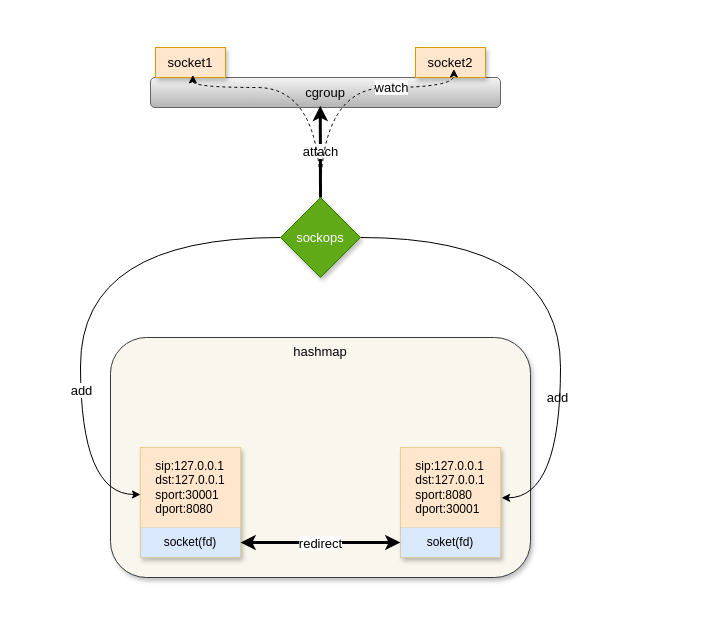
This is flow_of_ebpf_docker_demo.drawio from xu1zhou/Documents, a draw.io file, before an edit. Source tidied: cells renumbered, new cells numbered last; positions are measured from the earlier drawing's top-left corner, leaving out a move shared by most shapes. Both pictures are drawn from the tidied source at 100%, with x=0, y=0 at pixel (80, 47).
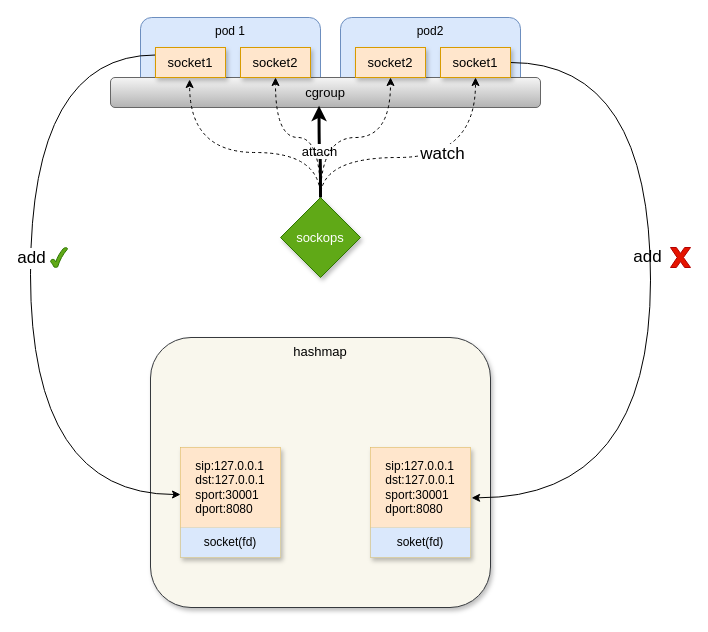
After the change.

Unchanged cells that the change refers to:
```xml
<mxCell id="6" value="socket1" style="rounded=0;whiteSpace=wrap;html=1;strokeWidth=1;fontSize=13;fillColor=#ffe6cc;strokeColor=#d79b00;shadow=1;" parent="1" vertex="1">
  <mxGeometry x="75" width="70" height="30" as="geometry" />
</mxCell>
<mxCell id="8" style="shape=partialRectangle;html=1;whiteSpace=wrap;fillColor=none;top=0;left=0;bottom=0;right=0;points=[[0,0.5],[1,0.5]];portConstraint=eastwest;verticalAlign=top;" parent="7" vertex="1">
  <mxGeometry width="100" height="80" as="geometry" />
</mxCell>
<mxCell id="10" style="shape=partialRectangle;html=1;whiteSpace=wrap;fillColor=none;top=0;left=0;bottom=0;right=0;points=[[0,0.5],[1,0.5]];portConstraint=eastwest;" parent="7" vertex="1">
  <mxGeometry y="80" width="100" height="30" as="geometry" />
</mxCell>
<mxCell id="13" style="shape=partialRectangle;html=1;whiteSpace=wrap;fillColor=none;top=0;left=0;bottom=0;right=0;points=[[0,0.5],[1,0.5]];portConstraint=eastwest;verticalAlign=top;" parent="12" vertex="1">
  <mxGeometry width="100" height="80" as="geometry" />
</mxCell>
<mxCell id="15" style="shape=partialRectangle;html=1;whiteSpace=wrap;fillColor=none;top=0;left=0;bottom=0;right=0;points=[[0,0.5],[1,0.5]];portConstraint=eastwest;" parent="12" vertex="1">
  <mxGeometry y="80" width="100" height="30" as="geometry" />
</mxCell>
<mxCell id="26" value="sockops" style="rhombus;whiteSpace=wrap;html=1;rounded=0;shadow=1;glass=0;sketch=0;strokeWidth=1;fontSize=13;align=center;fillColor=#60a917;strokeColor=#2D7600;fontColor=#ffffff;" parent="1" vertex="1">
  <mxGeometry x="200" y="150" width="80" height="80" as="geometry" />
</mxCell>
```

What changed in the source:
```diff
@@
+    <mxCell id="27" style="verticalLabelPosition=bottom;verticalAlign=top;html=1;shape=mxgraph.basic.x;fontSize=17;align=center;fillColor=#e51400;strokeColor=#B20000;fontColor=#ffffff;" parent="1" vertex="1">
+      <mxGeometry x="590" y="200" width="20" height="20" as="geometry" />
+    </mxCell>
+    <mxCell id="28" value="pod2" style="rounded=1;whiteSpace=wrap;html=1;verticalAlign=top;align=center;fillColor=#dae8fc;strokeColor=#6c8ebf;" parent="1" vertex="1">
+      <mxGeometry x="260" y="-30" width="180" height="75" as="geometry" />
+    </mxCell>
+    <mxCell id="29" value="pod 1" style="rounded=1;whiteSpace=wrap;html=1;verticalAlign=top;align=center;fillColor=#dae8fc;strokeColor=#6c8ebf;" parent="1" vertex="1">
+      <mxGeometry x="60" y="-30" width="180" height="75" as="geometry" />
+    </mxCell>
     <mxCell id="2" value="cgroup" style="rounded=1;whiteSpace=wrap;html=1;shadow=0;glass=0;sketch=0;strokeWidth=1;gradientColor=#b3b3b3;fontSize=13;align=center;fillColor=#f5f5f5;strokeColor=#666666;" parent="1" vertex="1">
-      <mxGeometry x="70" y="30" width="350" height="30" as="geometry" />
+      <mxGeometry x="30" y="30" width="430" height="30" as="geometry" />
     </mxCell>
     <mxCell id="3" value="hashmap" style="rounded=1;whiteSpace=wrap;html=1;strokeWidth=1;fontSize=13;verticalAlign=top;align=center;shadow=1;fillColor=#f9f7ed;strokeColor=#36393d;" parent="1" vertex="1">
-      <mxGeometry x="30" y="290" width="420" height="240" as="geometry" />
+      <mxGeometry x="70" y="290" width="340" height="270" as="geometry" />
     </mxCell>
-    <mxCell id="4" style="edgeStyle=orthogonalEdgeStyle;curved=1;rounded=0;jettySize=auto;html=1;endArrow=classic;endFill=1;strokeColor=#000000;strokeWidth=1;fontSize=13;exitX=0;exitY=0.5;exitDx=0;exitDy=0;" parent="1" edge="1" source="26" target="13">
+    <mxCell id="4" style="edgeStyle=orthogonalEdgeStyle;curved=1;rounded=0;jettySize=auto;html=1;endArrow=classic;endFill=1;strokeColor=#000000;strokeWidth=1;fontSize=13;exitX=0;exitY=0.25;exitDx=0;exitDy=0;" parent="1" edge="1" source="6" target="13">
       <mxGeometry relative="1" as="geometry">
         <Array as="points">
-          <mxPoint y="190" />
-          <mxPoint y="447" />
+          <mxPoint x="-50" y="8" />
+          <mxPoint x="-50" y="447" />
         </Array>
       </mxGeometry>
     </mxCell>
-    <mxCell id="5" value="add" style="edgeLabel;html=1;align=center;verticalAlign=middle;fontSize=13;" parent="4" vertex="1">
-      <mxGeometry x="0.36" relative="1" as="geometry" />
+    <mxCell id="5" value="add" style="edgeLabel;html=1;align=center;verticalAlign=middle;fontSize=17;" parent="4" vertex="1">
+      <mxGeometry x="0.36" relative="1" as="geometry">
+        <mxPoint y="-158.5" as="offset" />
+      </mxGeometry>
     </mxCell>
@@
     <mxCell id="7" style="shape=table;html=1;whiteSpace=wrap;startSize=0;childLayout=tableLayout;verticalAlign=top;align=left;fillColor=#fff2cc;strokeColor=#d6b656;gradientColor=#ffffff;sketch=0;rounded=0;shadow=1;" parent="1" vertex="1">
-      <mxGeometry x="320" y="400" width="100" height="110" as="geometry" />
+      <mxGeometry x="290" y="400" width="100" height="110" as="geometry" />
     </mxCell>
@@
-    <mxCell id="9" value="&lt;div style=&quot;text-align: justify&quot;&gt;&lt;span&gt;sip:127.0.0.1&lt;/span&gt;&lt;br&gt;&lt;/div&gt;&lt;div style=&quot;text-align: justify&quot;&gt;&lt;span&gt;dst:127.0.0.1&lt;/span&gt;&lt;/div&gt;&lt;div style=&quot;text-align: justify&quot;&gt;&lt;span&gt;sport:8080&lt;/span&gt;&lt;/div&gt;&lt;div style=&quot;text-align: justify&quot;&gt;&lt;span&gt;dport:30001&lt;/span&gt;&lt;/div&gt;" style="shape=partialRectangle;html=1;whiteSpace=wrap;overflow=hidden;fillColor=#ffe6cc;top=0;left=0;bottom=0;right=0;align=center;strokeColor=#d79b00;" parent="8" vertex="1">
+    <mxCell id="9" value="&lt;div style=&quot;text-align: justify&quot;&gt;&lt;span&gt;sip:127.0.0.1&lt;/span&gt;&lt;br&gt;&lt;/div&gt;&lt;div style=&quot;text-align: justify&quot;&gt;&lt;span&gt;dst:127.0.0.1&lt;/span&gt;&lt;/div&gt;&lt;div style=&quot;text-align: justify&quot;&gt;&lt;span&gt;sport:30001&lt;/span&gt;&lt;/div&gt;&lt;div style=&quot;text-align: justify&quot;&gt;&lt;span&gt;dport:8080&lt;/span&gt;&lt;/div&gt;" style="shape=partialRectangle;html=1;whiteSpace=wrap;overflow=hidden;fillColor=#ffe6cc;top=0;left=0;bottom=0;right=0;align=center;strokeColor=#d79b00;" parent="8" vertex="1">
       <mxGeometry width="100" height="80" as="geometry" />
     </mxCell>
@@
     <mxCell id="12" style="shape=table;html=1;whiteSpace=wrap;startSize=0;childLayout=tableLayout;verticalAlign=top;align=left;fillColor=#fff2cc;strokeColor=#d6b656;shadow=1;" parent="1" vertex="1">
-      <mxGeometry x="60" y="400" width="100" height="110" as="geometry" />
+      <mxGeometry x="100" y="400" width="100" height="110" as="geometry" />
     </mxCell>
@@
-    <mxCell id="17" value="add" style="edgeLabel;html=1;align=center;verticalAlign=middle;fontSize=13;" parent="1" vertex="1">
-      <mxGeometry x="440" y="360" as="geometry">
+    <mxCell id="17" value="add" style="edgeLabel;html=1;align=center;verticalAlign=middle;fontSize=17;" parent="1" vertex="1">
+      <mxGeometry x="530" y="220" as="geometry">
         <mxPoint x="36" y="-11" as="offset" />
       </mxGeometry>
     </mxCell>
-    <mxCell id="18" style="edgeStyle=orthogonalEdgeStyle;curved=1;rounded=0;jettySize=auto;html=1;entryX=1.011;entryY=0.629;entryDx=0;entryDy=0;entryPerimeter=0;endArrow=classic;endFill=1;strokeColor=#000000;strokeWidth=1;fontSize=13;exitX=1;exitY=0.5;exitDx=0;exitDy=0;" parent="1" edge="1" source="26" target="8">
+    <mxCell id="18" style="edgeStyle=orthogonalEdgeStyle;curved=1;rounded=0;jettySize=auto;html=1;entryX=1.011;entryY=0.629;entryDx=0;entryDy=0;entryPerimeter=0;endArrow=classic;endFill=1;strokeColor=#000000;strokeWidth=1;fontSize=13;exitX=1;exitY=0.5;exitDx=0;exitDy=0;" parent="1" edge="1" source="34" target="8">
       <mxGeometry relative="1" as="geometry">
         <Array as="points">
-          <mxPoint x="480" y="190" />
-          <mxPoint x="480" y="450" />
+          <mxPoint x="570" y="15" />
+          <mxPoint x="570" y="450" />
         </Array>
       </mxGeometry>
     </mxCell>
     <mxCell id="19" value="socket2" style="rounded=0;whiteSpace=wrap;html=1;strokeWidth=1;fontSize=13;fillColor=#ffe6cc;strokeColor=#d79b00;glass=0;shadow=1;" parent="1" vertex="1">
-      <mxGeometry x="335" width="70" height="30" as="geometry" />
+      <mxGeometry x="160" width="70" height="30" as="geometry" />
     </mxCell>
-    <mxCell id="20" style="edgeStyle=orthogonalEdgeStyle;curved=1;rounded=0;jettySize=auto;html=1;endArrow=classic;endFill=1;strokeColor=#000000;strokeWidth=3;fontSize=13;startArrow=classic;startFill=1;entryX=0;entryY=0.5;entryDx=0;entryDy=0;" parent="1" edge="1" source="15" target="10">
-      <mxGeometry relative="1" as="geometry">
-        <Array as="points">
-          <mxPoint x="220" y="495" />
-          <mxPoint x="220" y="495" />
-        </Array>
-      </mxGeometry>
-    </mxCell>
-    <mxCell id="21" value="redirect" style="edgeLabel;html=1;align=center;verticalAlign=middle;fontSize=13;" parent="20" vertex="1">
-      <mxGeometry x="0.08" y="1" relative="1" as="geometry">
-        <mxPoint x="-6.2" y="1" as="offset" />
-      </mxGeometry>
-    </mxCell>
@@
-    <mxCell id="23" style="edgeStyle=orthogonalEdgeStyle;curved=1;rounded=0;jettySize=auto;html=1;entryX=0.121;entryY=-0.087;entryDx=0;entryDy=0;entryPerimeter=0;dashed=1;startArrow=none;startFill=0;endArrow=classic;endFill=1;strokeColor=#000000;strokeWidth=1;fontSize=13;exitX=0.5;exitY=0;exitDx=0;exitDy=0;" parent="1" edge="1" source="26" target="2">
-      <mxGeometry relative="1" as="geometry">
-        <Array as="points">
-          <mxPoint x="240" y="40" />
-          <mxPoint x="112" y="40" />
-        </Array>
-      </mxGeometry>
+    <mxCell id="23" style="edgeStyle=orthogonalEdgeStyle;rounded=0;jettySize=auto;html=1;entryX=0.184;entryY=0.067;entryDx=0;entryDy=0;entryPerimeter=0;curved=1;dashed=1;" parent="1" edge="1" source="26" target="2">
+      <mxGeometry relative="1" as="geometry" />
     </mxCell>
-    <mxCell id="24" style="edgeStyle=orthogonalEdgeStyle;curved=1;rounded=0;jettySize=auto;html=1;entryX=0.867;entryY=0.097;entryDx=0;entryDy=0;entryPerimeter=0;dashed=1;startArrow=none;startFill=0;endArrow=classic;endFill=1;strokeColor=#000000;strokeWidth=1;fontSize=13;exitX=0.5;exitY=0;exitDx=0;exitDy=0;" parent="1" edge="1" source="26">
-      <mxGeometry relative="1" as="geometry">
-        <mxPoint x="373.4" y="21.5" as="targetPoint" />
-        <Array as="points">
-          <mxPoint x="240" y="40" />
-          <mxPoint x="373" y="40" />
-        </Array>
-      </mxGeometry>
-    </mxCell>
+    <mxCell id="30" style="edgeStyle=orthogonalEdgeStyle;curved=1;rounded=0;jettySize=auto;html=1;dashed=1;" parent="1" edge="1" source="26" target="34">
+      <mxGeometry relative="1" as="geometry">
+        <Array as="points">
+          <mxPoint x="240" y="110" />
+          <mxPoint x="395" y="110" />
+        </Array>
+      </mxGeometry>
+    </mxCell>
-    <mxCell id="25" value="watch" style="edgeLabel;html=1;align=center;verticalAlign=middle;fontSize=13;" parent="24" vertex="1">
-      <mxGeometry x="0.07" y="1" relative="1" as="geometry">
-        <mxPoint x="40" as="offset" />
-      </mxGeometry>
+    <mxCell id="25" value="watch" style="edgeLabel;html=1;align=center;verticalAlign=middle;fontSize=17;" parent="30" vertex="1">
+      <mxGeometry x="0.17" y="4" relative="1" as="geometry" />
     </mxCell>
+    <mxCell id="31" style="edgeStyle=orthogonalEdgeStyle;curved=1;rounded=0;jettySize=auto;html=1;dashed=1;" parent="1" edge="1" source="26" target="19">
+      <mxGeometry relative="1" as="geometry" />
+    </mxCell>
+    <mxCell id="32" style="edgeStyle=orthogonalEdgeStyle;curved=1;rounded=0;jettySize=auto;html=1;dashed=1;" parent="1" edge="1" source="26" target="33">
+      <mxGeometry relative="1" as="geometry" />
+    </mxCell>
@@
+    <mxCell id="33" value="socket2" style="rounded=0;whiteSpace=wrap;html=1;strokeWidth=1;fontSize=13;fillColor=#ffe6cc;strokeColor=#d79b00;shadow=1;" parent="1" vertex="1">
+      <mxGeometry x="275" width="70" height="30" as="geometry" />
+    </mxCell>
+    <mxCell id="34" value="socket1" style="rounded=0;whiteSpace=wrap;html=1;strokeWidth=1;fontSize=13;fillColor=#ffe6cc;strokeColor=#d79b00;glass=0;shadow=1;" parent="1" vertex="1">
+      <mxGeometry x="360" width="70" height="30" as="geometry" />
+    </mxCell>
+    <mxCell id="35" style="verticalLabelPosition=bottom;verticalAlign=top;html=1;shape=mxgraph.basic.tick;fontSize=17;align=center;fillColor=#60a917;strokeColor=#2D7600;fontColor=#ffffff;" parent="1" vertex="1">
+      <mxGeometry x="-30" y="200" width="17" height="20" as="geometry" />
+    </mxCell>
```
